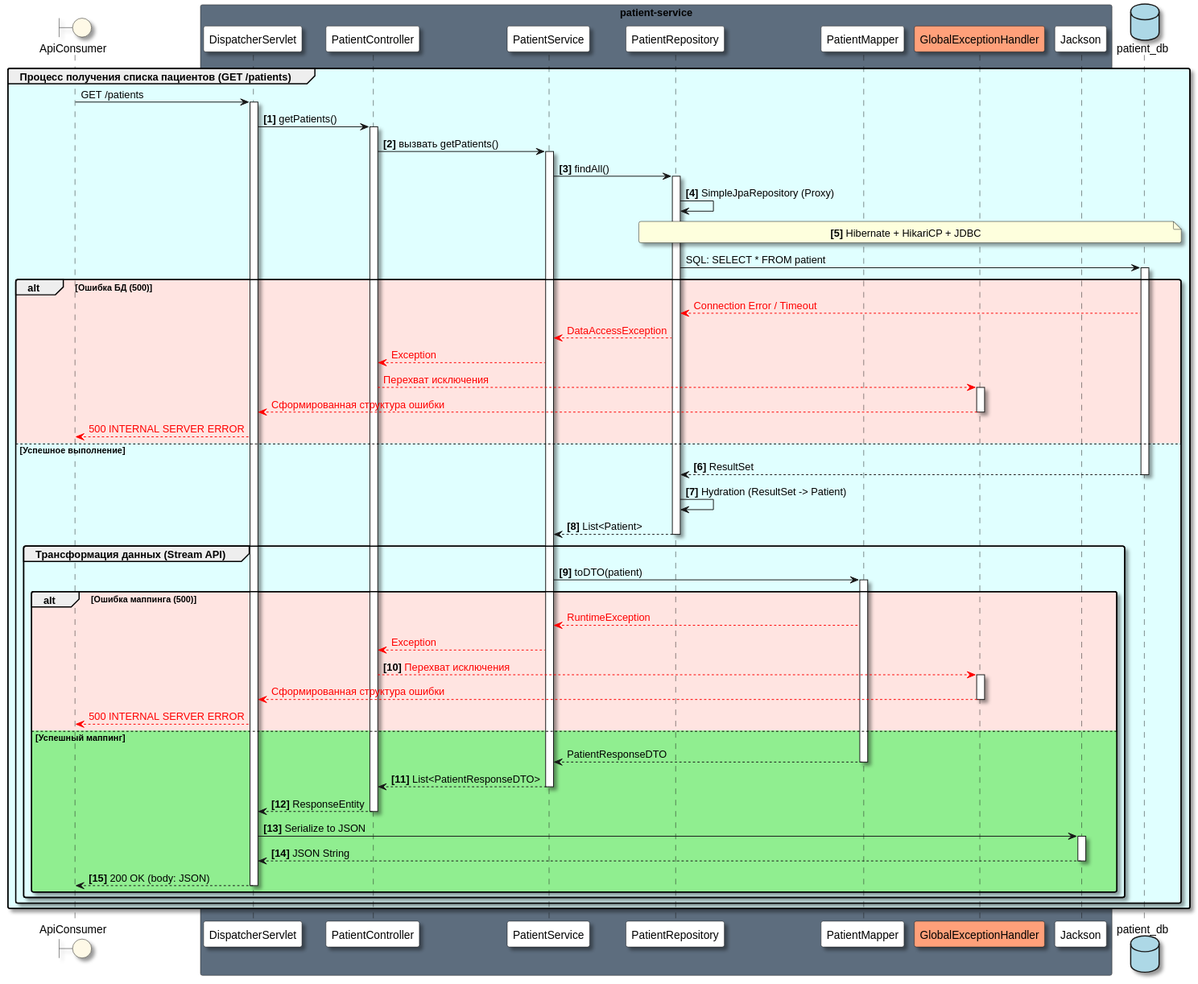
The PlantUML diagram Docs/As-is/Diagrams/GET.patients.svg in ni1a207/Healthcare-System, before a commit.
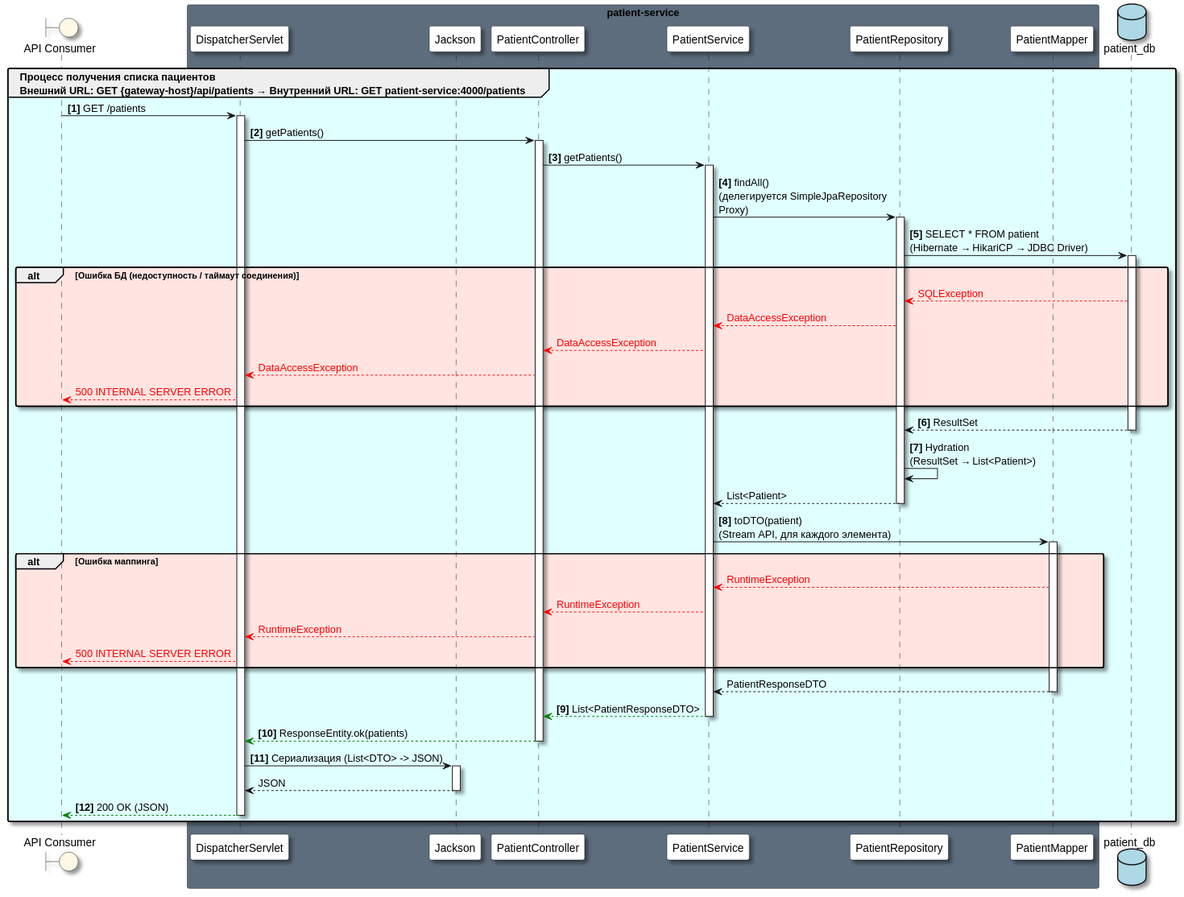
Above is the later version.

The edit, as a diff of the source:
```diff
@@ -3,88 +3,61 @@
 skinparam RoundCorner 5
 skinparam MaxMessageSize 250
 
-boundary "ApiConsumer" as AC #FEF9E7
+boundary "API Consumer" as AC #FEF9E7
 
 box "patient-service" #5D6D7E
     participant "DispatcherServlet" as DS #White
+    participant "Jackson" as Jackson #White
     participant "PatientController" as Ctrl #White
     participant "PatientService" as Service #White
     participant "PatientRepository" as Repo #White
     participant "PatientMapper" as Mapper #White
-    participant "GlobalExceptionHandler" as GEH #LightSalmon
-    participant "Jackson" as Jackson #White
 end box
 
 database "patient_db" as DB #LightBlue
 
-group #LightCyan Процесс получения списка пациентов (GET /patients)
-    AC -> DS: GET /patients
-    activate DS
+group #LightCyan Процесс получения списка пациентов\nВнешний URL: GET {gateway-host}/api/patients → Внутренний URL: GET patient-service:4000/patients
 
-    DS -> Ctrl: **[1]** getPatients()
-    activate Ctrl
+    AC -> DS ++: **[1]** GET /patients
 
-    Ctrl -> Service: **[2]** вызвать getPatients()
-    activate Service
+    DS -> Ctrl ++: **[2]** getPatients()
+    Ctrl -> Service ++: **[3]** getPatients()
+    Service -> Repo ++: **[4]** findAll()\n(делегируется SimpleJpaRepository Proxy)
+    Repo -> DB ++: **[5]** SELECT * FROM patient\n(Hibernate → HikariCP → JDBC Driver)
 
-    Service -> Repo: **[3]** findAll()
-    activate Repo
+    alt #MistyRose Ошибка БД (недоступность / таймаут соединения)
+        DB --[#red]> Repo: <color:#red>SQLException</color>
+        Repo --[#red]> Service: <color:#red>DataAccessException</color>
+        Service --[#red]> Ctrl: <color:#red>DataAccessException</color>
+        Ctrl --[#red]> DS: <color:#red>DataAccessException</color>
+        DS --[#red]> AC: <color:#red>500 INTERNAL SERVER ERROR</color>
+    end
 
-    Repo -> Repo: **[4]** SimpleJpaRepository (Proxy)
+    DB --> Repo --: **[6]** ResultSet
 
-    note over Repo, DB: **[5]** Hibernate + HikariCP + JDBC
-    Repo -> DB: SQL: SELECT * FROM patient
-    activate DB
+    Repo -> Repo: **[7]** Hydration\n(ResultSet → List<Patient>)
+    Repo --> Service --: List<Patient>
 
-    alt #MistyRose Ошибка БД (500)
-        DB --[#red]> Repo: <color:#red>Connection Error / Timeout</color>
-        Repo --[#red]> Service: <color:#red>DataAccessException</color>
-        Service --[#red]> Ctrl: <color:#red>Exception</color>
-        Ctrl --[#red]> GEH: <color:#red>Перехват исключения</color>
-        activate GEH
-        GEH --[#red]> DS: <color:#red>Сформированная структура ошибки</color>
-        deactivate GEH
+    Service -> Mapper ++: **[8]** toDTO(patient)\n(Stream API, для каждого элемента)
+
+    alt #MistyRose Ошибка маппинга
+        Mapper --[#red]> Service: <color:#red>RuntimeException</color>
+        Service --[#red]> Ctrl: <color:#red>RuntimeException</color>
+        Ctrl --[#red]> DS: <color:#red>RuntimeException</color>
         DS --[#red]> AC: <color:#red>500 INTERNAL SERVER ERROR</color>
-    else #LightCyan Успешное выполнение
-        DB --> Repo: **[6]** ResultSet
-        deactivate DB
+    end
 
-        Repo -> Repo: **[7]** Hydration (ResultSet -> Patient)
+    Mapper --> Service --: PatientResponseDTO
 
-        Repo --> Service: **[8]** List<Patient>
-        deactivate Repo
+    Service --[#green]> Ctrl --: **[9]** List<PatientResponseDTO>
+    Ctrl --[#green]> DS --: **[10]** ResponseEntity.ok(patients)
 
-        group #LightCyan Трансформация данных (Stream API)
-            Service -> Mapper: **[9]** toDTO(patient)
-            activate Mapper
+    DS -> Jackson ++: **[11]** Сериализация (List<DTO> -> JSON)
+    Jackson --> DS --: JSON
 
-            alt #MistyRose Ошибка маппинга (500)
-                Mapper --[#red]> Service: <color:#red>RuntimeException</color>
-                Service --[#red]> Ctrl: <color:#red>Exception</color>
-                Ctrl --[#red]> GEH: **[10]** <color:#red>Перехват исключения</color>
-                activate GEH
-                GEH --[#red]> DS: <color:#red>Сформированная структура ошибки</color>
-                deactivate GEH
-                DS --[#red]> AC: <color:#red>500 INTERNAL SERVER ERROR</color>
-            else #LightGreen Успешный маппинг
-                Mapper --> Service: PatientResponseDTO
-                deactivate Mapper
+    DS --[#green]> AC --: **[12]** 200 OK (JSON)
+    deactivate Repo
+    deactivate Mapper
 
-                Service --> Ctrl: **[11]** List<PatientResponseDTO>
-                deactivate Service
-
-                Ctrl --> DS: **[12]** ResponseEntity
-                deactivate Ctrl
-
-                DS -> Jackson: **[13]** Serialize to JSON
-                activate Jackson
-                Jackson --> DS: **[14]** JSON String
-                deactivate Jackson
-
-                DS --> AC: **[15]** 200 OK (body: JSON)
-                deactivate DS
-            end
-        end
-    end
 end
 @enduml
```
